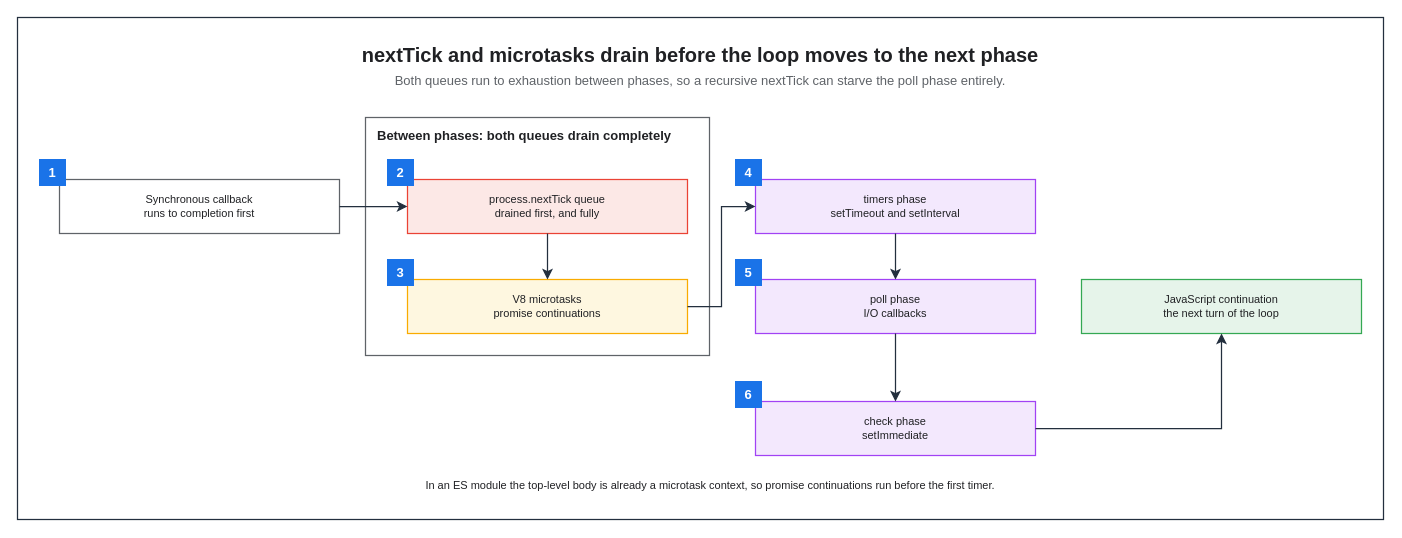
Earlier version of the draw.io diagram assets/img/nodejs/node-event-loop-scheduling-flow.drawio (KKamJi98/kkamji98.github.io). Source tidied: cells renumbered, new cells numbered last; positions are measured from the earlier drawing's top-left corner, leaving out a move shared by most shapes. Both pictures are drawn from the tidied source at 100%, with x=0, y=0 at pixel (17, 17).
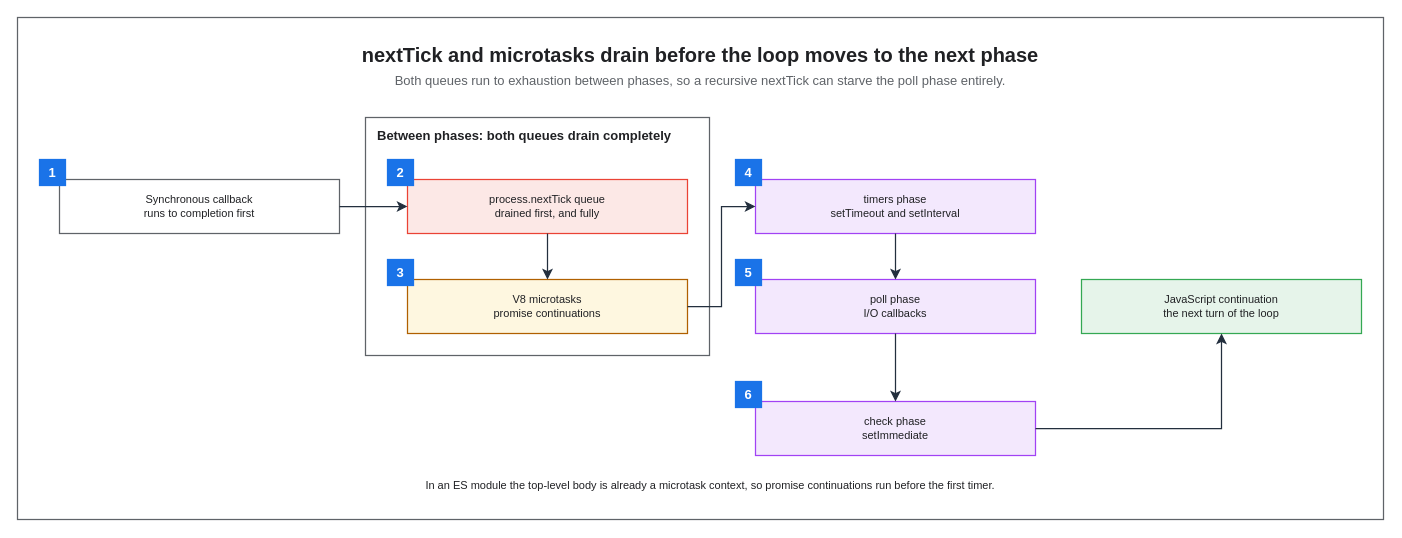
Above is the later version.

Diff of the diagram source:
```diff
@@
-    <mxCell id="2" style="rounded=0;html=0;fillColor=none;strokeColor=#232F3E;fontColor=#202124;strokeWidth=1.25;" parent="1" vertex="1">
+    <mxCell id="2" style="rounded=0;html=0;fillColor=none;strokeColor=#5F6368;fontColor=#202124;strokeWidth=1.25;" parent="1" vertex="1">
       <mxGeometry width="1366" height="502" as="geometry" />
     </mxCell>
@@
-    <mxCell id="8" value="V8 microtasks&#10;promise continuations" style="rounded=0;whiteSpace=wrap;html=0;fillColor=#FEF7E0;strokeColor=#F9AB00;fontColor=#202124;fontSize=11;fontStyle=0;align=center;verticalAlign=middle;spacingLeft=6;spacingRight=6;strokeWidth=1.25;" parent="1" vertex="1">
+    <mxCell id="8" value="V8 microtasks&#10;promise continuations" style="rounded=0;whiteSpace=wrap;html=0;fillColor=#FEF7E0;strokeColor=#B06000;fontColor=#202124;fontSize=11;fontStyle=0;align=center;verticalAlign=middle;spacingLeft=6;spacingRight=6;strokeWidth=1.25;" parent="1" vertex="1">
       <mxGeometry x="390" y="262" width="280" height="54" as="geometry" />
     </mxCell>
@@
-    <mxCell id="14" value="1" style="rounded=0;whiteSpace=wrap;html=0;fillColor=#1A73E8;strokeColor=#1A73E8;fontColor=#FFFFFF;fontSize=13;fontStyle=1;align=center;verticalAlign=middle;" parent="1" vertex="1">
+    <mxCell id="14" value="1" style="rounded=0;whiteSpace=wrap;html=0;fillColor=#1A73E8;strokeColor=#1A73E8;fontColor=#FFFFFF;fontSize=13;fontStyle=1;align=center;verticalAlign=middle;strokeWidth=1.25;" parent="1" vertex="1">
       <mxGeometry x="22" y="142" width="26" height="26" as="geometry" />
     </mxCell>
-    <mxCell id="15" value="2" style="rounded=0;whiteSpace=wrap;html=0;fillColor=#1A73E8;strokeColor=#1A73E8;fontColor=#FFFFFF;fontSize=13;fontStyle=1;align=center;verticalAlign=middle;" parent="1" vertex="1">
+    <mxCell id="15" value="2" style="rounded=0;whiteSpace=wrap;html=0;fillColor=#1A73E8;strokeColor=#1A73E8;fontColor=#FFFFFF;fontSize=13;fontStyle=1;align=center;verticalAlign=middle;strokeWidth=1.25;" parent="1" vertex="1">
       <mxGeometry x="370" y="142" width="26" height="26" as="geometry" />
     </mxCell>
-    <mxCell id="16" value="3" style="rounded=0;whiteSpace=wrap;html=0;fillColor=#1A73E8;strokeColor=#1A73E8;fontColor=#FFFFFF;fontSize=13;fontStyle=1;align=center;verticalAlign=middle;" parent="1" vertex="1">
+    <mxCell id="16" value="3" style="rounded=0;whiteSpace=wrap;html=0;fillColor=#1A73E8;strokeColor=#1A73E8;fontColor=#FFFFFF;fontSize=13;fontStyle=1;align=center;verticalAlign=middle;strokeWidth=1.25;" parent="1" vertex="1">
       <mxGeometry x="370" y="242" width="26" height="26" as="geometry" />
     </mxCell>
-    <mxCell id="17" value="4" style="rounded=0;whiteSpace=wrap;html=0;fillColor=#1A73E8;strokeColor=#1A73E8;fontColor=#FFFFFF;fontSize=13;fontStyle=1;align=center;verticalAlign=middle;" parent="1" vertex="1">
+    <mxCell id="17" value="4" style="rounded=0;whiteSpace=wrap;html=0;fillColor=#1A73E8;strokeColor=#1A73E8;fontColor=#FFFFFF;fontSize=13;fontStyle=1;align=center;verticalAlign=middle;strokeWidth=1.25;" parent="1" vertex="1">
       <mxGeometry x="718" y="142" width="26" height="26" as="geometry" />
     </mxCell>
-    <mxCell id="18" value="5" style="rounded=0;whiteSpace=wrap;html=0;fillColor=#1A73E8;strokeColor=#1A73E8;fontColor=#FFFFFF;fontSize=13;fontStyle=1;align=center;verticalAlign=middle;" parent="1" vertex="1">
+    <mxCell id="18" value="5" style="rounded=0;whiteSpace=wrap;html=0;fillColor=#1A73E8;strokeColor=#1A73E8;fontColor=#FFFFFF;fontSize=13;fontStyle=1;align=center;verticalAlign=middle;strokeWidth=1.25;" parent="1" vertex="1">
       <mxGeometry x="718" y="242" width="26" height="26" as="geometry" />
     </mxCell>
-    <mxCell id="19" value="6" style="rounded=0;whiteSpace=wrap;html=0;fillColor=#1A73E8;strokeColor=#1A73E8;fontColor=#FFFFFF;fontSize=13;fontStyle=1;align=center;verticalAlign=middle;" parent="1" vertex="1">
+    <mxCell id="19" value="6" style="rounded=0;whiteSpace=wrap;html=0;fillColor=#1A73E8;strokeColor=#1A73E8;fontColor=#FFFFFF;fontSize=13;fontStyle=1;align=center;verticalAlign=middle;strokeWidth=1.25;" parent="1" vertex="1">
       <mxGeometry x="718" y="364" width="26" height="26" as="geometry" />
     </mxCell>
```
